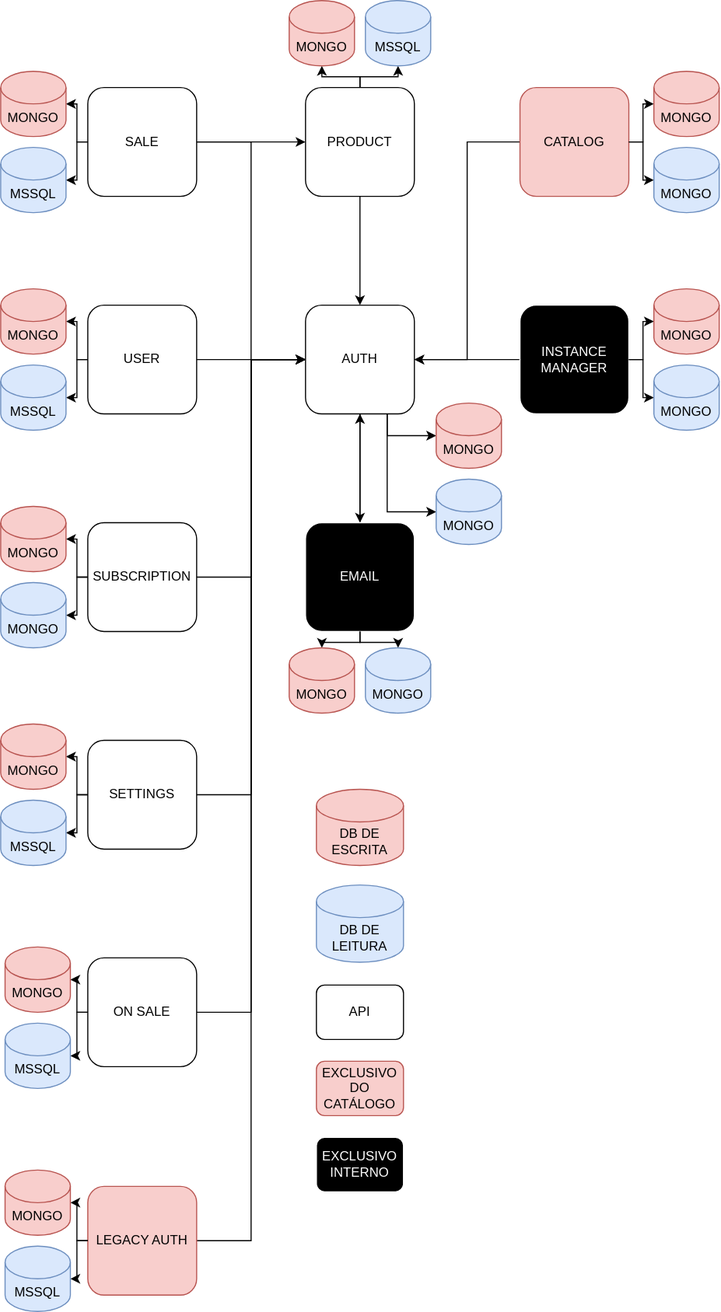
This is images/APIs.drawio.svg from alphasistemas/aPIDoc, a draw.io export, as it was before one commit. Source tidied: cells renumbered, new cells last; positions are measured from the earlier drawing's top-left corner, leaving out a move shared by most shapes.
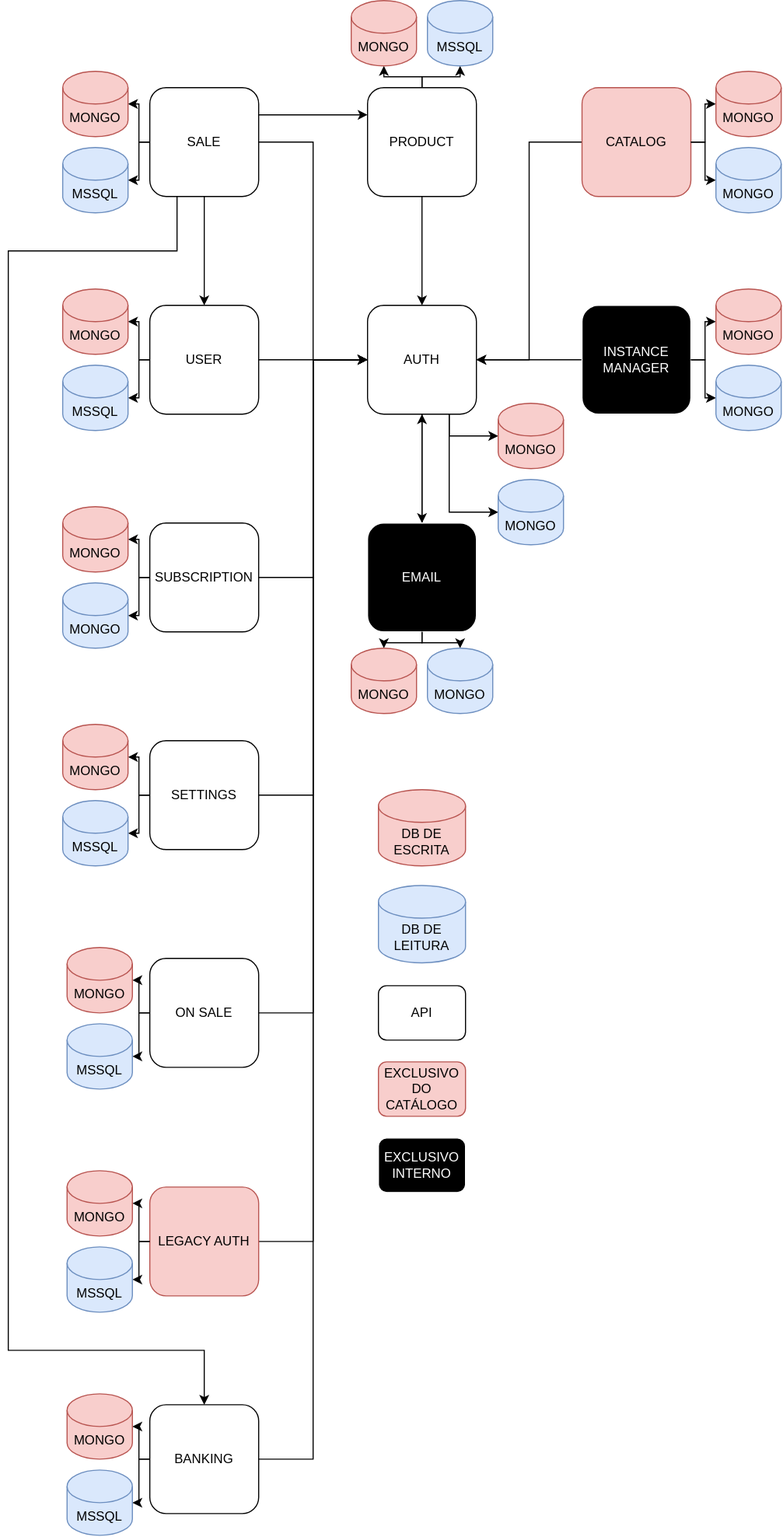
After the change.

Diff of the diagram source:
```diff
@@ -14,12 +14,25 @@
     <mxCell id="5" value="PRODUCT" style="rounded=1;whiteSpace=wrap;html=1;fontSize=12;glass=0;strokeWidth=1;shadow=0;" parent="1" vertex="1">
       <mxGeometry x="280" y="80" width="100" height="100" as="geometry" />
     </mxCell>
-    <mxCell id="6" style="edgeStyle=orthogonalEdgeStyle;rounded=0;jettySize=auto;html=1;exitX=1;exitY=0.5;exitDx=0;exitDy=0;entryX=0;entryY=0.5;entryDx=0;entryDy=0;" parent="1" edge="1" source="8" target="5">
+    <mxCell id="6" style="edgeStyle=orthogonalEdgeStyle;rounded=0;jettySize=auto;html=1;exitX=1;exitY=0.25;exitDx=0;exitDy=0;entryX=0;entryY=0.25;entryDx=0;entryDy=0;" parent="1" edge="1" source="8" target="5">
       <mxGeometry relative="1" as="geometry" />
     </mxCell>
     <mxCell id="7" style="edgeStyle=orthogonalEdgeStyle;rounded=0;jettySize=auto;html=1;exitX=1;exitY=0.5;exitDx=0;exitDy=0;entryX=0;entryY=0.5;entryDx=0;entryDy=0;" parent="1" edge="1" source="8" target="3">
       <mxGeometry relative="1" as="geometry" />
     </mxCell>
+    <mxCell id="74" style="edgeStyle=orthogonalEdgeStyle;rounded=0;jettySize=auto;html=1;exitX=0.5;exitY=1;exitDx=0;exitDy=0;entryX=0.5;entryY=0;entryDx=0;entryDy=0;" parent="1" edge="1" source="8" target="10">
+      <mxGeometry relative="1" as="geometry" />
+    </mxCell>
+    <mxCell id="75" style="edgeStyle=orthogonalEdgeStyle;rounded=0;jettySize=auto;html=1;exitX=0.25;exitY=1;exitDx=0;exitDy=0;entryX=0.5;entryY=0;entryDx=0;entryDy=0;" parent="1" edge="1" source="8" target="77">
+      <mxGeometry relative="1" as="geometry">
+        <Array as="points">
+          <mxPoint x="105" y="230" />
+          <mxPoint x="-50" y="230" />
+          <mxPoint x="-50" y="1240" />
+          <mxPoint x="130" y="1240" />
+        </Array>
+      </mxGeometry>
+    </mxCell>
     <mxCell id="8" value="SALE" style="rounded=1;whiteSpace=wrap;html=1;fontSize=12;glass=0;strokeWidth=1;shadow=0;" parent="1" vertex="1">
       <mxGeometry x="80" y="80" width="100" height="100" as="geometry" />
     </mxCell>
@@ -323,5 +336,33 @@
     <mxCell id="73" value="API" style="rounded=1;whiteSpace=wrap;html=1;fontSize=12;glass=0;strokeWidth=1;shadow=0;" parent="1" vertex="1">
       <mxGeometry x="290" y="905" width="80" height="50" as="geometry" />
     </mxCell>
+    <mxCell id="76" style="edgeStyle=orthogonalEdgeStyle;rounded=0;jettySize=auto;html=1;exitX=1;exitY=0.5;exitDx=0;exitDy=0;entryX=0;entryY=0.5;entryDx=0;entryDy=0;" parent="1" edge="1" source="77" target="3">
+      <mxGeometry relative="1" as="geometry" />
+    </mxCell>
+    <mxCell id="77" value="BANKING" style="rounded=1;whiteSpace=wrap;html=1;fontSize=12;glass=0;strokeWidth=1;shadow=0;" parent="1" vertex="1">
+      <mxGeometry x="80" y="1290" width="100" height="100" as="geometry" />
+    </mxCell>
+    <mxCell id="78" style="edgeStyle=orthogonalEdgeStyle;rounded=0;jettySize=auto;html=1;exitX=1;exitY=0.5;exitDx=0;exitDy=0;exitPerimeter=0;entryX=0;entryY=0.5;entryDx=0;entryDy=0;strokeColor=default;startArrow=classic;startFill=1;endArrow=none;endFill=0;" parent="1" edge="1" source="79" target="77">
+      <mxGeometry relative="1" as="geometry">
+        <Array as="points">
+          <mxPoint x="70" y="1310" />
+          <mxPoint x="70" y="1340" />
+        </Array>
+      </mxGeometry>
+    </mxCell>
+    <mxCell id="79" value="MONGO" style="shape=cylinder3;whiteSpace=wrap;html=1;boundedLbl=1;backgroundOutline=1;size=15;fillColor=#f8cecc;strokeColor=#b85450;" parent="1" vertex="1">
+      <mxGeometry x="4" y="1280" width="60" height="60" as="geometry" />
+    </mxCell>
+    <mxCell id="80" style="edgeStyle=orthogonalEdgeStyle;rounded=0;jettySize=auto;html=1;exitX=1;exitY=0.5;exitDx=0;exitDy=0;exitPerimeter=0;entryX=0;entryY=0.5;entryDx=0;entryDy=0;strokeColor=default;startArrow=classic;startFill=1;endArrow=none;endFill=0;" parent="1" edge="1" source="81" target="77">
+      <mxGeometry relative="1" as="geometry">
+        <Array as="points">
+          <mxPoint x="70" y="1380" />
+          <mxPoint x="70" y="1340" />
+        </Array>
+      </mxGeometry>
+    </mxCell>
+    <mxCell id="81" value="MSSQL" style="shape=cylinder3;whiteSpace=wrap;html=1;boundedLbl=1;backgroundOutline=1;size=15;fillColor=#dae8fc;strokeColor=#6c8ebf;" parent="1" vertex="1">
+      <mxGeometry x="4" y="1350" width="60" height="60" as="geometry" />
+    </mxCell>
   </root>
 </mxGraphModel>
```
